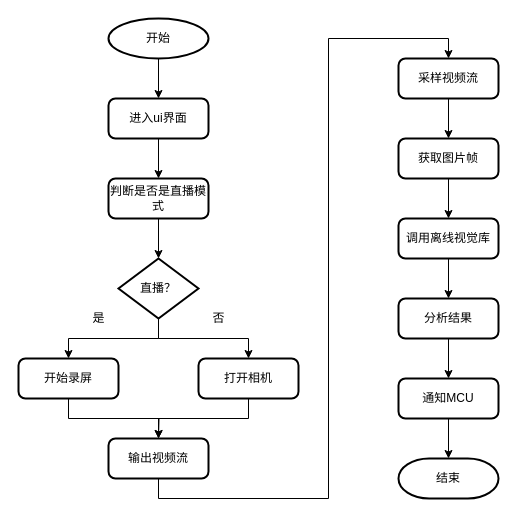
This is page "第 2 页" (2 of 2) of T2093.drawio from liuao2010/drawio, a draw.io file, before an edit. Source tidied: cells renumbered, new cells numbered last; positions are measured from the earlier drawing's top-left corner, leaving out a move shared by most shapes. Both pictures are drawn from the tidied source at 100%, with x=0, y=0 at pixel (18, 18).
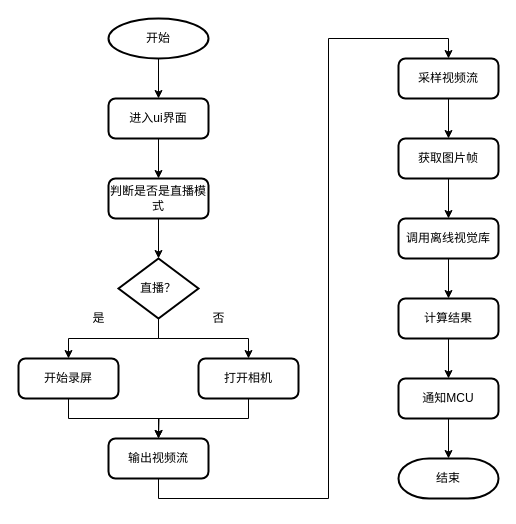
The same page after the edit.

Diff of the diagram source:
```diff
@@
-    <mxCell id="24" value="分析结果" style="rounded=1;whiteSpace=wrap;html=1;absoluteArcSize=1;arcSize=14;strokeWidth=2;" parent="1" vertex="1">
+    <mxCell id="24" value="计算结果" style="rounded=1;whiteSpace=wrap;html=1;absoluteArcSize=1;arcSize=14;strokeWidth=2;" parent="1" vertex="1">
       <mxGeometry x="380" y="280" width="100" height="40" as="geometry" />
     </mxCell>
```
